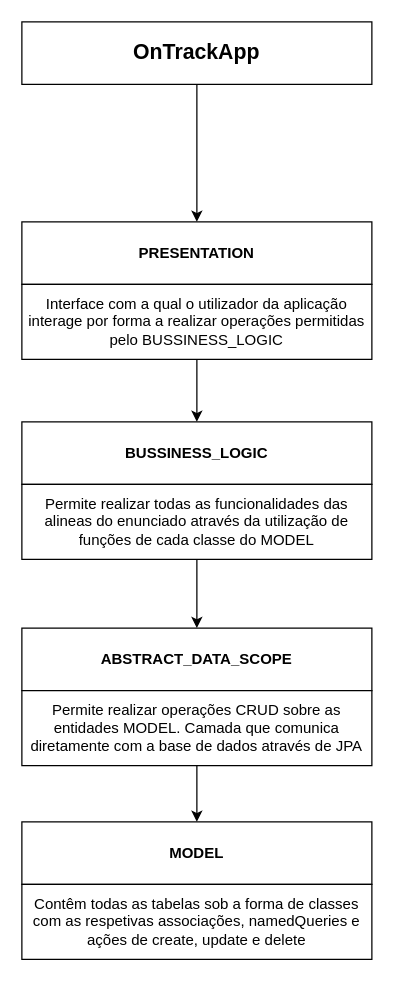
48302-DiogoJesus/InformationSystems-JPA keeps this draw.io diagram as projetoBaseNovo/SI-TP2-Structure.drawio. Above is the earlier version. Source tidied: cells renumbered, new cells numbered last; positions are measured from the earlier drawing's top-left corner, leaving out a move shared by most shapes. Both pictures are drawn from the tidied source at 125%, with x=0, y=0 at pixel (21, 21).
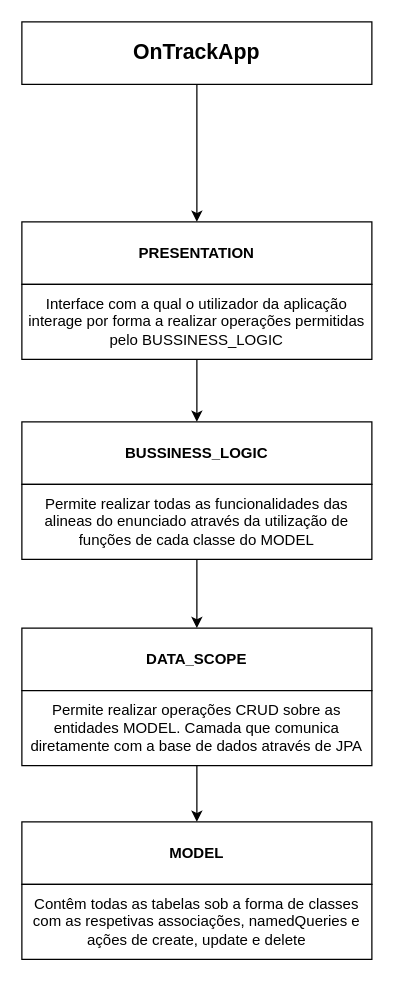
The same page after the edit.

Change to the diagram source:
```diff
@@
 <mxGraphModel>
   <root>
     <mxCell id="0" />
     <mxCell id="1" parent="0" />
     <mxCell id="2" value="OnTrackApp" style="rounded=0;whiteSpace=wrap;html=1;fontStyle=1;fontSize=17;" parent="1" vertex="1">
       <mxGeometry width="280" height="50" as="geometry" />
     </mxCell>
     <mxCell id="3" style="group;" parent="1" vertex="1">
       <mxGeometry y="640" width="280" height="110" as="geometry" />
     </mxCell>
     <mxCell id="4" value="MODEL" style="rounded=0;whiteSpace=wrap;html=1;fontStyle=1;" parent="3" vertex="1">
       <mxGeometry width="280" height="50" as="geometry" />
     </mxCell>
     <mxCell id="5" value="Contêm todas as tabelas sob a forma de classes com as respetivas associações, namedQueries e ações de create, update e delete" style="rounded=0;whiteSpace=wrap;html=1;" parent="3" vertex="1">
       <mxGeometry y="50" width="280" height="60" as="geometry" />
     </mxCell>
     <mxCell id="6" style="group;" parent="1" vertex="1">
       <mxGeometry y="320" width="280" height="110" as="geometry" />
     </mxCell>
     <mxCell id="7" value="BUSSINESS_LOGIC" style="rounded=0;whiteSpace=wrap;html=1;fontStyle=1;" parent="6" vertex="1">
       <mxGeometry width="280" height="50" as="geometry" />
     </mxCell>
     <mxCell id="8" value="Permite realizar todas as funcionalidades das alineas do enunciado através da utilização de funções de cada classe do MODEL" style="rounded=0;whiteSpace=wrap;html=1;" parent="6" vertex="1">
       <mxGeometry y="50" width="280" height="60" as="geometry" />
     </mxCell>
     <mxCell id="9" style="group;" parent="1" vertex="1">
       <mxGeometry y="160" width="280" height="110" as="geometry" />
     </mxCell>
     <mxCell id="10" value="PRESENTATION" style="rounded=0;whiteSpace=wrap;html=1;fontStyle=1;" parent="9" vertex="1">
       <mxGeometry width="280" height="50" as="geometry" />
     </mxCell>
     <mxCell id="11" value="Interface com a qual o utilizador da aplicação interage por forma a realizar operações permitidas pelo BUSSINESS_LOGIC" style="rounded=0;whiteSpace=wrap;html=1;" parent="9" vertex="1">
       <mxGeometry y="50" width="280" height="60" as="geometry" />
     </mxCell>
     <mxCell id="12" style="endArrow=classic;html=1;fontSize=17;exitX=0.5;exitY=1;exitDx=0;exitDy=0;entryX=0.5;entryY=0;entryDx=0;entryDy=0;" parent="1" edge="1" source="2" target="10">
       <mxGeometry relative="1" as="geometry" />
     </mxCell>
     <mxCell id="13" style="endArrow=classic;html=1;fontSize=17;entryX=0.5;entryY=0;entryDx=0;entryDy=0;exitX=0.5;exitY=1;exitDx=0;exitDy=0;" parent="1" edge="1" source="11" target="7">
       <mxGeometry relative="1" as="geometry" />
     </mxCell>
     <mxCell id="14" style="endArrow=classic;html=1;fontSize=17;exitX=0.5;exitY=1;exitDx=0;exitDy=0;entryX=0.5;entryY=0;entryDx=0;entryDy=0;" parent="1" edge="1" source="8" target="16">
       <mxGeometry relative="1" as="geometry" />
     </mxCell>
     <mxCell id="15" style="group;" parent="1" vertex="1">
       <mxGeometry y="485" width="280" height="110" as="geometry" />
     </mxCell>
-    <mxCell id="16" value="ABSTRACT_DATA_SCOPE" style="rounded=0;whiteSpace=wrap;html=1;fontStyle=1;" parent="15" vertex="1">
+    <mxCell id="16" value="DATA_SCOPE" style="rounded=0;whiteSpace=wrap;html=1;fontStyle=1;" parent="15" vertex="1">
       <mxGeometry width="280" height="50" as="geometry" />
     </mxCell>
     <mxCell id="17" value="Permite realizar operações CRUD sobre as entidades MODEL. Camada que comunica diretamente com a base de dados através de JPA" style="rounded=0;whiteSpace=wrap;html=1;" parent="15" vertex="1">
       <mxGeometry y="50" width="280" height="60" as="geometry" />
     </mxCell>
     <mxCell id="18" style="endArrow=classic;html=1;fontSize=17;exitX=0.5;exitY=1;exitDx=0;exitDy=0;entryX=0.5;entryY=0;entryDx=0;entryDy=0;" parent="1" edge="1" source="17" target="4">
       <mxGeometry relative="1" as="geometry" />
     </mxCell>
   </root>
 </mxGraphModel>
```
